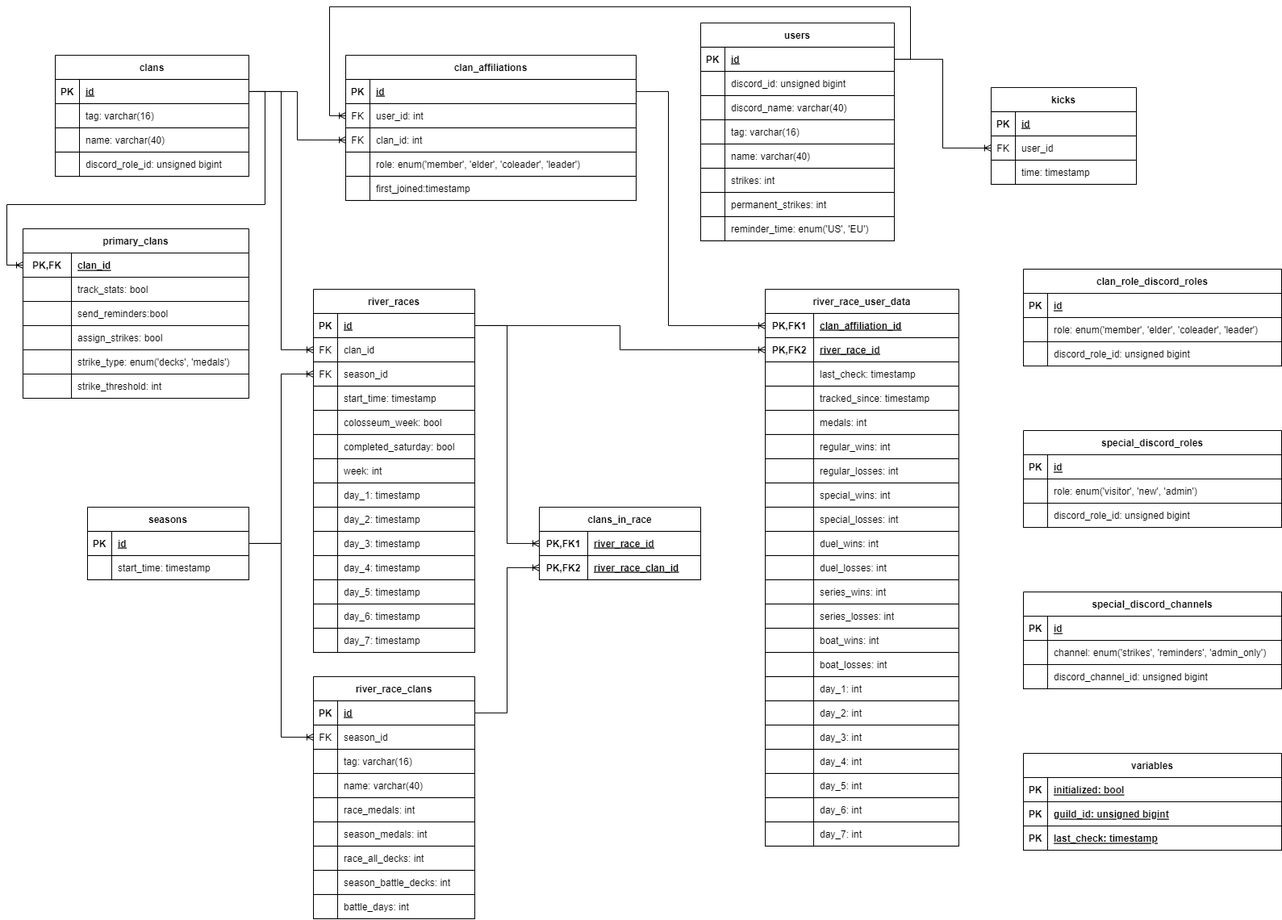
chradajan/ClashRoyaleManager keeps this draw.io diagram as docs/DatabaseSchema.png. Above is the earlier version. Source tidied: cells renumbered, new cells last; positions are measured from the earlier drawing's top-left corner, leaving out a move shared by most shapes.
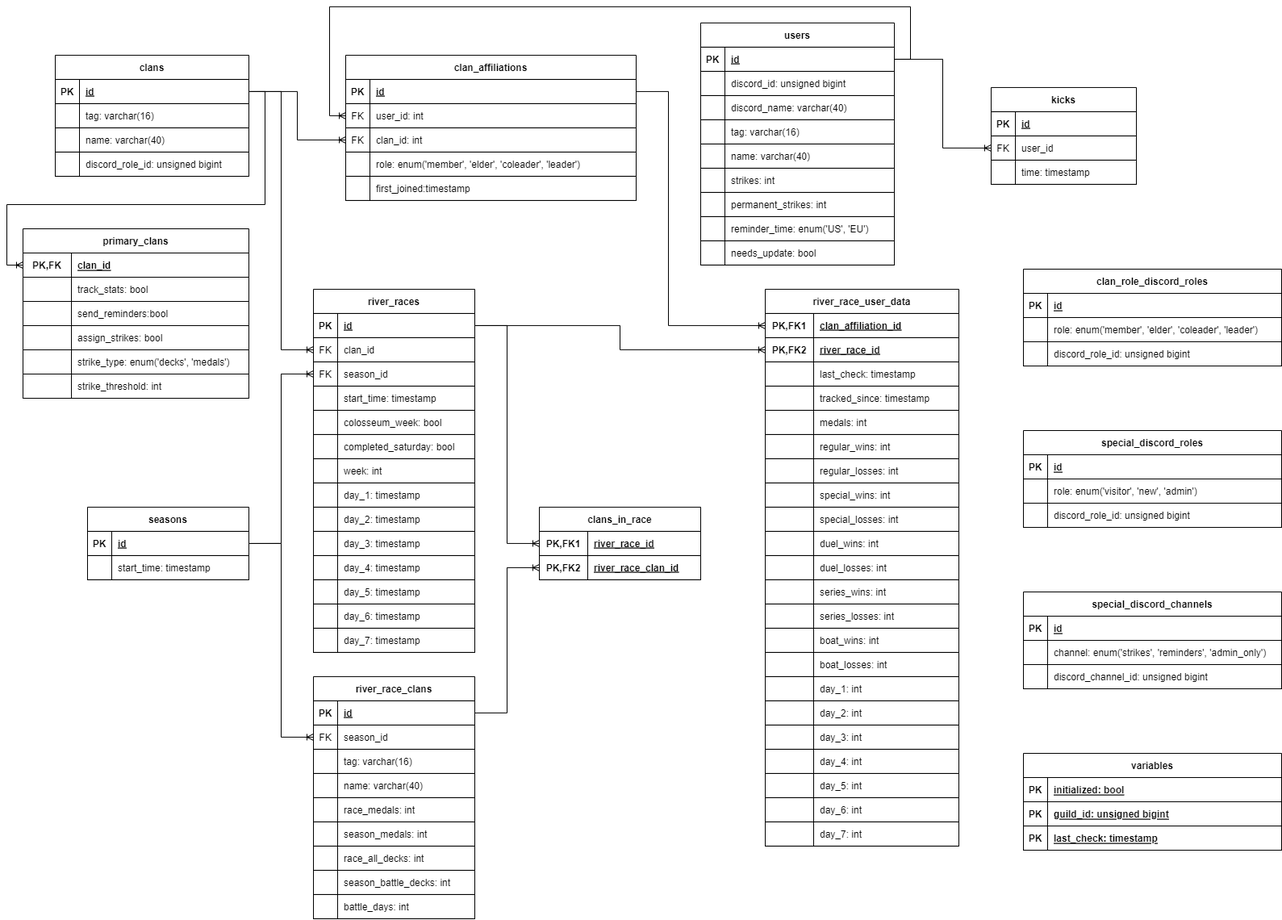
After the commit.

Commit message:
Implement database clean up routine

The edit, as a diff of the source:
```diff
@@ -3,7 +3,7 @@
     <mxCell id="0" />
     <mxCell id="1" parent="0" />
     <mxCell id="2" value="users" style="shape=table;startSize=30;rowLines=0;fontStyle=1;align=center;" parent="1" vertex="1">
-      <mxGeometry x="860" y="19.9" width="240" height="270" as="geometry" />
+      <mxGeometry x="860" y="19.9" width="240" height="300" as="geometry" />
     </mxCell>
     <mxCell id="3" style="shape=tableRow;horizontal=0;startSize=0;swimlaneHead=0;swimlaneBody=0;fillColor=none;points=[[0,0.5],[1,0.5]];portConstraint=eastwest;top=0;left=0;right=0;bottom=1;" parent="2" vertex="1">
       <mxGeometry y="30" width="240" height="30" as="geometry" />
@@ -77,6 +77,15 @@
     <mxCell id="26" value="reminder_time: enum('US', 'EU')" style="shape=partialRectangle;fillColor=none;top=0;left=0;bottom=0;right=0;align=left;spacingLeft=6;overflow=hidden;" parent="24" vertex="1">
       <mxGeometry x="30" width="210" height="30" as="geometry" />
     </mxCell>
+    <mxCell id="288" style="shape=tableRow;horizontal=0;startSize=0;swimlaneHead=0;swimlaneBody=0;fillColor=none;top=0;left=0;right=0;bottom=0;" parent="2" vertex="1">
+      <mxGeometry y="270" width="240" height="30" as="geometry" />
+    </mxCell>
+    <mxCell id="289" style="shape=partialRectangle;fillColor=none;top=0;left=0;bottom=0;right=0;overflow=hidden;" parent="288" vertex="1">
+      <mxGeometry width="30" height="30" as="geometry" />
+    </mxCell>
+    <mxCell id="290" value="needs_update: bool" style="shape=partialRectangle;fillColor=none;top=0;left=0;bottom=0;right=0;align=left;spacingLeft=6;overflow=hidden;" parent="288" vertex="1">
+      <mxGeometry x="30" width="210" height="30" as="geometry" />
+    </mxCell>
     <mxCell id="27" value="clans" style="shape=table;startSize=30;rowLines=0;fontStyle=1;align=center;" parent="1" vertex="1">
       <mxGeometry x="60" y="59.9" width="240" height="150.1" as="geometry" />
     </mxCell>
```
